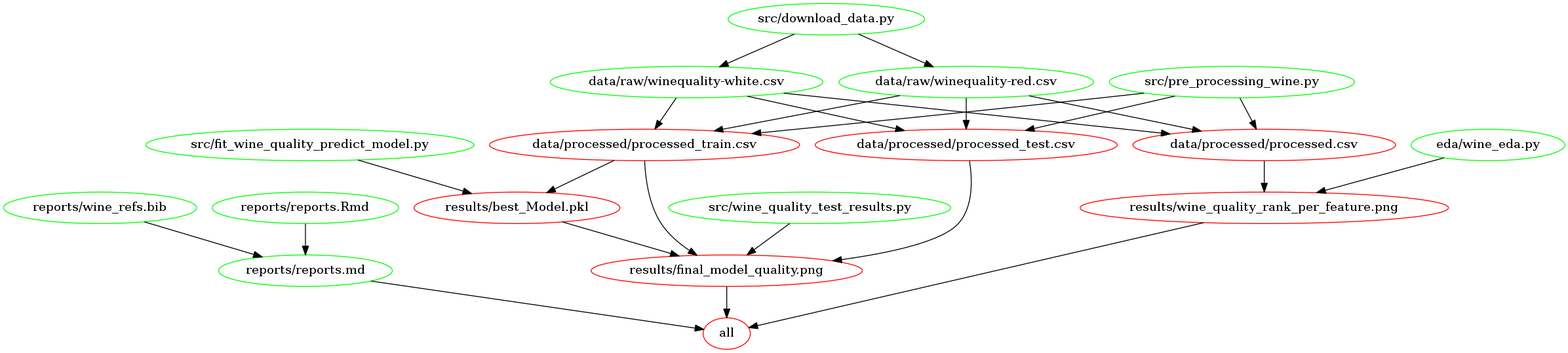
This is Makefile.png from UBC-MDS/Wine_Quality_Predictor, a Graphviz export, as it was before one commit. Its source is kept beside it as Makefile.dot.
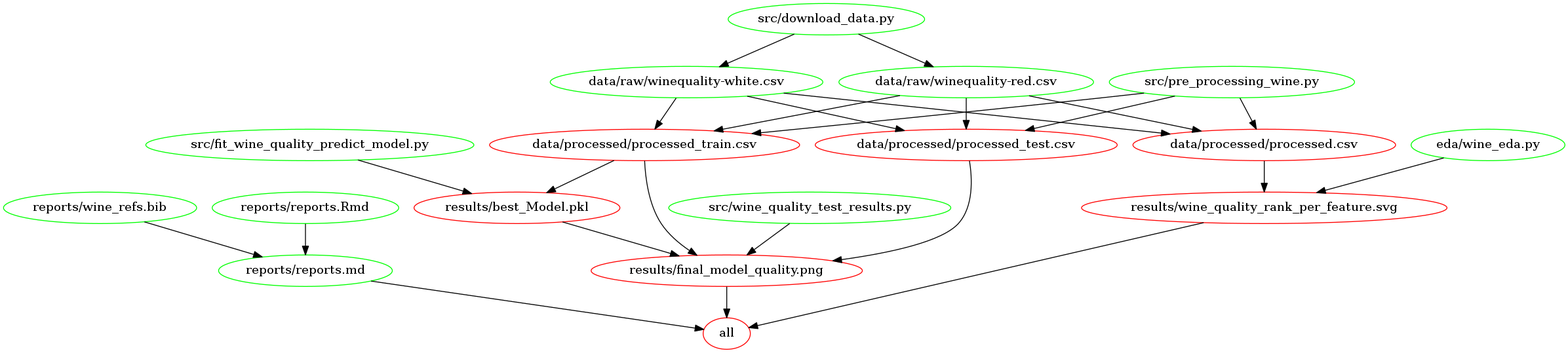
Later version of the same file.

Commit message:
Update usage section in README.md, minor change in figure label in report.Rmd, regenerate Makefile.png

Change to the diagram source:
```diff
@@ -11,7 +11,7 @@
 n18[label="reports/wine_refs.bib", color="green"];
 n14[label="results/best_Model.pkl", color="red"];
 n10[label="results/final_model_quality.png", color="red"];
-n3[label="results/wine_quality_rank_per_feature.png", color="red"];
+n3[label="results/wine_quality_rank_per_feature.svg", color="red"];
 n8[label="src/download_data.py", color="green"];
 n15[label="src/fit_wine_quality_predict_model.py", color="green"];
 n6[label="src/pre_processing_wine.py", color="green"];
```
